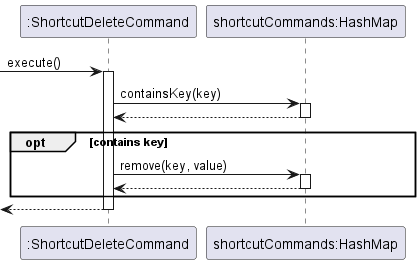
Earlier version of the PlantUML export docs/images/DeveloperGuide/ShortcutDeleteCommand.png (nus-cs2113-AY2223S2/tp). Its diagram source:
```plantuml
@startuml
participant ":ShortcutDeleteCommand" as ShortcutDeleteCommand
participant "shortcutCommands:HashMap" as shortcutCommands

[-> ShortcutDeleteCommand : execute()
activate ShortcutDeleteCommand

ShortcutDeleteCommand -> shortcutCommands : containsKey(key)
activate shortcutCommands
shortcutCommands --> ShortcutDeleteCommand

deactivate shortcutCommands


opt contains key


ShortcutDeleteCommand -> shortcutCommands : remove(key, value)
activate shortcutCommands
shortcutCommands --> ShortcutDeleteCommand

deactivate shortcutCommands

end
[<--ShortcutDeleteCommand
deactivate ShortcutDeleteCommand


@enduml
```
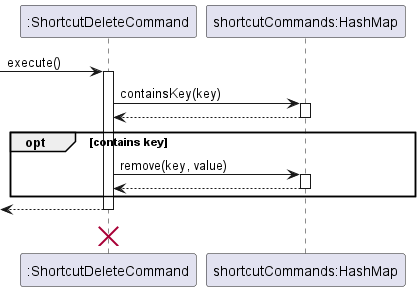
The same file after the commit.

What changed in the source:
```diff
@@ -24,6 +24,7 @@
 end
 [<--ShortcutDeleteCommand
 deactivate ShortcutDeleteCommand
-
+ShortcutDeleteCommand <-[hidden]- ShortcutDeleteCommand
+destroy ShortcutDeleteCommand
 
 @enduml
```
